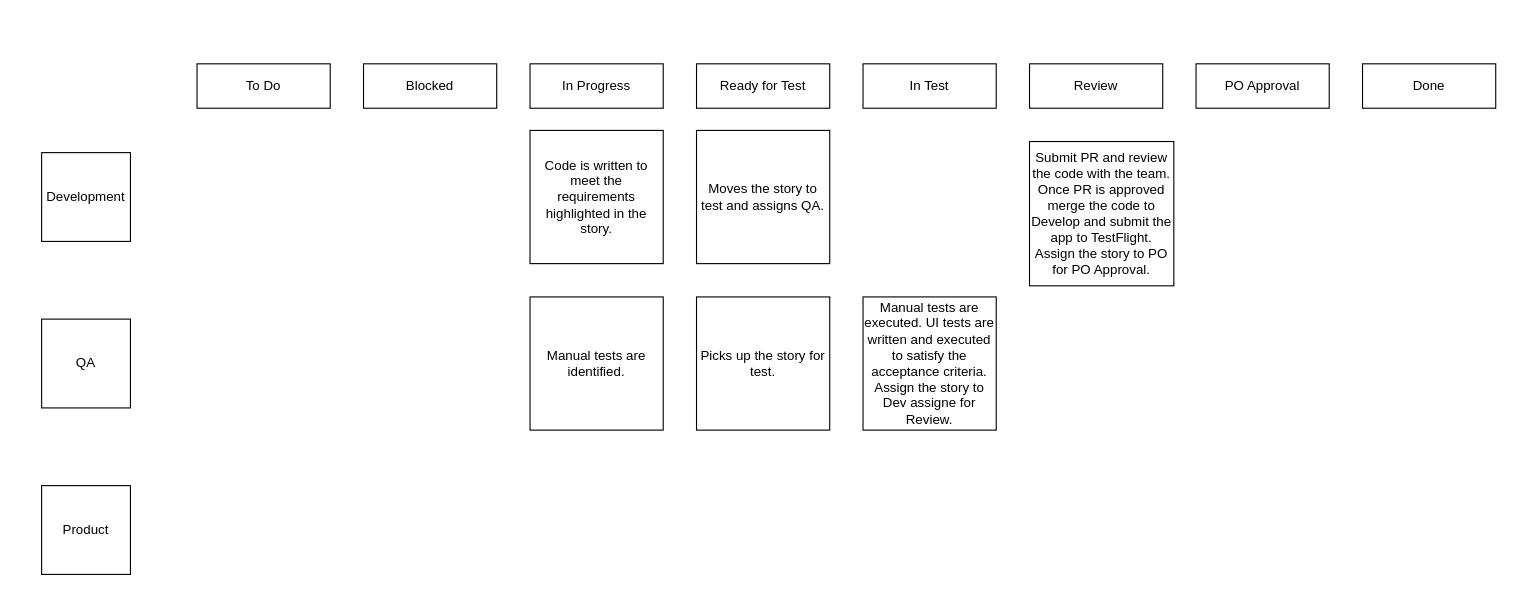
Before: Untitled Diagram.drawio in mohandin/hello-world, a draw.io diagram. Source tidied: cells renumbered, new cells numbered last; positions are measured from the earlier drawing's top-left corner, leaving out a move shared by most shapes. Both pictures are drawn from the tidied source at 111%, with x=0, y=0 at pixel (41, 63).
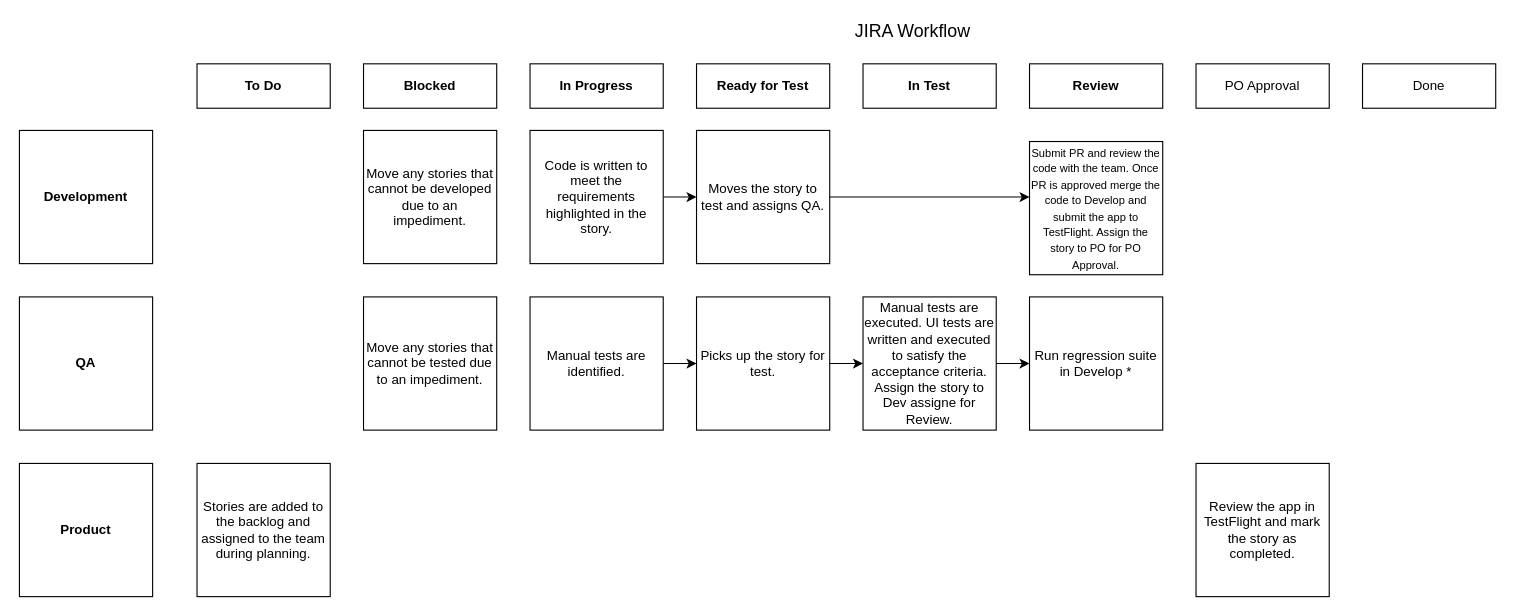
The same page after the edit.

Unchanged cells that the change refers to:
```xml
<mxCell id="13" value="Moves the story to test and assigns QA." style="whiteSpace=wrap;html=1;align=center;" parent="1" vertex="1">
  <mxGeometry x="590" y="60" width="120" height="120" as="geometry" />
</mxCell>
<mxCell id="14" value="Code is written to meet the requirements highlighted in the story." style="whiteSpace=wrap;html=1;align=center;" parent="1" vertex="1">
  <mxGeometry x="440" y="60" width="120" height="120" as="geometry" />
</mxCell>
<mxCell id="15" value="Picks up the story for test." style="whiteSpace=wrap;html=1;align=center;" parent="1" vertex="1">
  <mxGeometry x="590" y="210" width="120" height="120" as="geometry" />
</mxCell>
<mxCell id="16" value="Manual tests are executed. UI tests are written and executed to satisfy the acceptance criteria. Assign the story to Dev assigne for Review." style="whiteSpace=wrap;html=1;align=center;" parent="1" vertex="1">
  <mxGeometry x="740" y="210" width="120" height="120" as="geometry" />
</mxCell>
<mxCell id="17" value="Manual tests are identified." style="whiteSpace=wrap;html=1;align=center;" parent="1" vertex="1">
  <mxGeometry x="440" y="210" width="120" height="120" as="geometry" />
</mxCell>
```

The edit, as a diff of the source:
```diff
@@
-    <mxCell id="2" value="To Do" style="rounded=0;whiteSpace=wrap;html=1;" parent="1" vertex="1">
+    <mxCell id="2" value="&lt;b&gt;To Do&lt;/b&gt;" style="rounded=0;whiteSpace=wrap;html=1;" parent="1" vertex="1">
       <mxGeometry x="140" width="120" height="40" as="geometry" />
     </mxCell>
-    <mxCell id="3" value="Blocked" style="rounded=0;whiteSpace=wrap;html=1;" parent="1" vertex="1">
+    <mxCell id="3" value="&lt;b&gt;Blocked&lt;/b&gt;" style="rounded=0;whiteSpace=wrap;html=1;" parent="1" vertex="1">
       <mxGeometry x="290" width="120" height="40" as="geometry" />
     </mxCell>
-    <mxCell id="4" value="In Progress" style="rounded=0;whiteSpace=wrap;html=1;" parent="1" vertex="1">
+    <mxCell id="4" value="&lt;b&gt;In Progress&lt;/b&gt;" style="rounded=0;whiteSpace=wrap;html=1;" parent="1" vertex="1">
       <mxGeometry x="440" width="120" height="40" as="geometry" />
     </mxCell>
-    <mxCell id="5" value="Ready for Test" style="rounded=0;whiteSpace=wrap;html=1;" parent="1" vertex="1">
+    <mxCell id="5" value="&lt;b&gt;Ready for Test&lt;/b&gt;" style="rounded=0;whiteSpace=wrap;html=1;" parent="1" vertex="1">
       <mxGeometry x="590" width="120" height="40" as="geometry" />
     </mxCell>
-    <mxCell id="6" value="In Test" style="rounded=0;whiteSpace=wrap;html=1;" parent="1" vertex="1">
+    <mxCell id="6" value="&lt;b&gt;In Test&lt;/b&gt;" style="rounded=0;whiteSpace=wrap;html=1;" parent="1" vertex="1">
       <mxGeometry x="740" width="120" height="40" as="geometry" />
     </mxCell>
-    <mxCell id="7" value="Review" style="rounded=0;whiteSpace=wrap;html=1;" parent="1" vertex="1">
+    <mxCell id="7" value="&lt;b&gt;Review&lt;/b&gt;" style="rounded=0;whiteSpace=wrap;html=1;" parent="1" vertex="1">
       <mxGeometry x="890" width="120" height="40" as="geometry" />
     </mxCell>
@@
-    <mxCell id="10" value="QA" style="whiteSpace=wrap;html=1;" parent="1" vertex="1">
-      <mxGeometry y="230" width="80" height="80" as="geometry" />
+    <mxCell id="10" value="&lt;b&gt;QA&lt;/b&gt;" style="whiteSpace=wrap;html=1;" parent="1" vertex="1">
+      <mxGeometry x="-20" y="210" width="120" height="120" as="geometry" />
     </mxCell>
-    <mxCell id="11" value="Development" style="whiteSpace=wrap;html=1;" parent="1" vertex="1">
-      <mxGeometry y="80" width="80" height="80" as="geometry" />
+    <mxCell id="11" value="&lt;b&gt;Development&lt;/b&gt;" style="whiteSpace=wrap;html=1;" parent="1" vertex="1">
+      <mxGeometry x="-20" y="60" width="120" height="120" as="geometry" />
     </mxCell>
-    <mxCell id="12" value="Product" style="whiteSpace=wrap;html=1;" parent="1" vertex="1">
-      <mxGeometry y="380" width="80" height="80" as="geometry" />
+    <mxCell id="12" value="&lt;b&gt;Product&lt;/b&gt;" style="whiteSpace=wrap;html=1;" parent="1" vertex="1">
+      <mxGeometry x="-20" y="360" width="120" height="120" as="geometry" />
     </mxCell>
+    <mxCell id="19" style="edgeStyle=orthogonalEdgeStyle;rounded=0;jettySize=auto;html=1;entryX=0;entryY=0.417;entryDx=0;entryDy=0;entryPerimeter=0;" parent="1" edge="1" source="13" target="18">
+      <mxGeometry relative="1" as="geometry" />
+    </mxCell>
@@
+    <mxCell id="20" style="edgeStyle=orthogonalEdgeStyle;rounded=0;jettySize=auto;html=1;" parent="1" edge="1" source="14" target="13">
+      <mxGeometry relative="1" as="geometry" />
+    </mxCell>
@@
+    <mxCell id="21" style="edgeStyle=orthogonalEdgeStyle;rounded=0;jettySize=auto;html=1;" parent="1" edge="1" source="15" target="16">
+      <mxGeometry relative="1" as="geometry" />
+    </mxCell>
@@
+    <mxCell id="22" style="edgeStyle=orthogonalEdgeStyle;rounded=0;jettySize=auto;html=1;" parent="1" edge="1" source="16" target="24">
+      <mxGeometry relative="1" as="geometry" />
+    </mxCell>
@@
+    <mxCell id="23" style="edgeStyle=orthogonalEdgeStyle;rounded=0;jettySize=auto;html=1;" parent="1" edge="1" source="17" target="15">
+      <mxGeometry relative="1" as="geometry" />
+    </mxCell>
@@
-    <mxCell id="18" value="Submit PR and review the code with the team. Once PR is approved merge the code to Develop and submit the app to TestFlight. Assign the story to PO for PO Approval." style="whiteSpace=wrap;html=1;align=center;" parent="1" vertex="1">
-      <mxGeometry x="890" y="70" width="130" height="130" as="geometry" />
+    <mxCell id="18" value="&lt;font style=&quot;font-size: 10px&quot;&gt;Submit PR and review the code with the team. Once PR is approved merge the code to Develop and submit the app to TestFlight. Assign the story to PO for PO Approval.&lt;/font&gt;" style="whiteSpace=wrap;html=1;align=center;" parent="1" vertex="1">
+      <mxGeometry x="890" y="70" width="120" height="120" as="geometry" />
     </mxCell>
+    <mxCell id="24" value="Run regression suite in Develop *" style="whiteSpace=wrap;html=1;align=center;" parent="1" vertex="1">
+      <mxGeometry x="890" y="210" width="120" height="120" as="geometry" />
+    </mxCell>
+    <mxCell id="25" value="&lt;font style=&quot;font-size: 16px&quot;&gt;JIRA Workflow&lt;/font&gt;" style="text;html=1;strokeColor=none;fillColor=none;align=center;verticalAlign=middle;whiteSpace=wrap;rounded=0;" parent="1" vertex="1">
+      <mxGeometry x="690" y="-40" width="190" height="20" as="geometry" />
+    </mxCell>
+    <mxCell id="26" value="Review the app in TestFlight and mark the story as completed." style="whiteSpace=wrap;html=1;align=center;" parent="1" vertex="1">
+      <mxGeometry x="1040" y="360" width="120" height="120" as="geometry" />
+    </mxCell>
+    <mxCell id="27" value="Stories are added to the backlog and assigned to the team during planning." style="whiteSpace=wrap;html=1;align=center;" parent="1" vertex="1">
+      <mxGeometry x="140" y="360" width="120" height="120" as="geometry" />
+    </mxCell>
+    <mxCell id="28" value="Move any stories that cannot be tested due to an impediment." style="whiteSpace=wrap;html=1;align=center;" parent="1" vertex="1">
+      <mxGeometry x="290" y="210" width="120" height="120" as="geometry" />
+    </mxCell>
+    <mxCell id="29" value="Move any stories that cannot be developed due to an impediment." style="whiteSpace=wrap;html=1;align=center;" parent="1" vertex="1">
+      <mxGeometry x="290" y="60" width="120" height="120" as="geometry" />
+    </mxCell>
```
